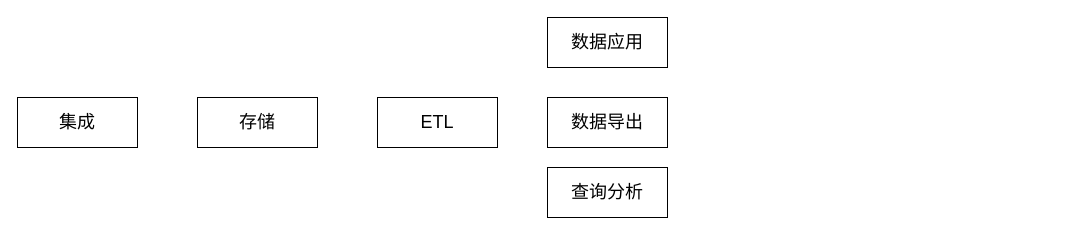
This is Untitled Diagram.drawio from hongweilv-whu/flowCharts, a draw.io file, before an edit. Source tidied: cells renumbered, new cells numbered last; positions are measured from the earlier drawing's top-left corner, leaving out a move shared by most shapes. Both pictures are drawn from the tidied source at 100%, with x=0, y=0 at pixel (17, 17).
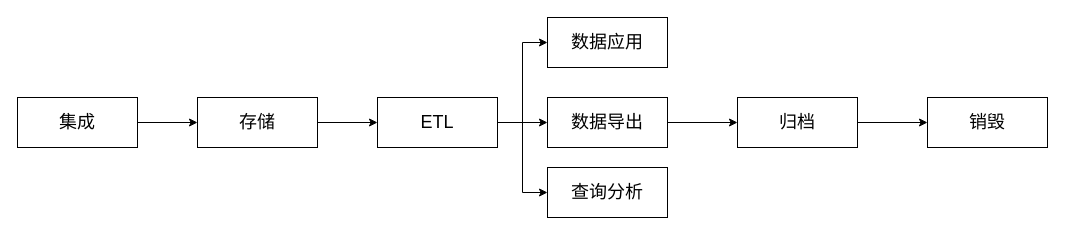
After the change.

What changed in the source:
```diff
@@
 <mxGraphModel>
   <root>
     <mxCell id="0" />
     <mxCell id="1" parent="0" />
+    <mxCell id="8" style="edgeStyle=orthogonalEdgeStyle;rounded=0;jettySize=auto;html=1;exitX=1;exitY=0.5;exitDx=0;exitDy=0;" parent="1" edge="1" source="2" target="3">
+      <mxGeometry relative="1" as="geometry" />
+    </mxCell>
     <mxCell id="2" value="&lt;font style=&quot;font-size: 18px&quot;&gt;集成&lt;/font&gt;" style="rounded=0;whiteSpace=wrap;html=1;" parent="1" vertex="1">
       <mxGeometry y="80" width="120" height="50" as="geometry" />
     </mxCell>
+    <mxCell id="9" style="edgeStyle=orthogonalEdgeStyle;rounded=0;jettySize=auto;html=1;exitX=1;exitY=0.5;exitDx=0;exitDy=0;" parent="1" edge="1" source="3" target="4">
+      <mxGeometry relative="1" as="geometry" />
+    </mxCell>
     <mxCell id="3" value="&lt;font style=&quot;font-size: 18px&quot;&gt;存储&lt;/font&gt;" style="rounded=0;whiteSpace=wrap;html=1;" parent="1" vertex="1">
       <mxGeometry x="180" y="80" width="120" height="50" as="geometry" />
     </mxCell>
+    <mxCell id="10" style="edgeStyle=orthogonalEdgeStyle;rounded=0;jettySize=auto;html=1;" parent="1" edge="1" source="4" target="5">
+      <mxGeometry relative="1" as="geometry" />
+    </mxCell>
+    <mxCell id="11" style="edgeStyle=orthogonalEdgeStyle;rounded=0;jettySize=auto;html=1;exitX=1;exitY=0.5;exitDx=0;exitDy=0;entryX=0;entryY=0.5;entryDx=0;entryDy=0;" parent="1" edge="1" source="4" target="7">
+      <mxGeometry relative="1" as="geometry" />
+    </mxCell>
+    <mxCell id="12" style="edgeStyle=orthogonalEdgeStyle;rounded=0;jettySize=auto;html=1;exitX=1;exitY=0.5;exitDx=0;exitDy=0;entryX=0;entryY=0.5;entryDx=0;entryDy=0;" parent="1" edge="1" source="4" target="6">
+      <mxGeometry relative="1" as="geometry" />
+    </mxCell>
     <mxCell id="4" value="&lt;font style=&quot;font-size: 18px&quot;&gt;ETL&lt;/font&gt;" style="rounded=0;whiteSpace=wrap;html=1;" parent="1" vertex="1">
       <mxGeometry x="360" y="80" width="120" height="50" as="geometry" />
     </mxCell>
+    <mxCell id="13" style="edgeStyle=orthogonalEdgeStyle;rounded=0;jettySize=auto;html=1;" parent="1" edge="1" source="5" target="15">
+      <mxGeometry relative="1" as="geometry" />
+    </mxCell>
     <mxCell id="5" value="&lt;font style=&quot;font-size: 18px&quot;&gt;数据导出&lt;/font&gt;" style="rounded=0;whiteSpace=wrap;html=1;" parent="1" vertex="1">
       <mxGeometry x="530" y="80" width="120" height="50" as="geometry" />
     </mxCell>
     <mxCell id="6" value="&lt;font style=&quot;font-size: 18px&quot;&gt;查询分析&lt;/font&gt;" style="rounded=0;whiteSpace=wrap;html=1;" parent="1" vertex="1">
       <mxGeometry x="530" y="150" width="120" height="50" as="geometry" />
     </mxCell>
     <mxCell id="7" value="&lt;font style=&quot;font-size: 18px&quot;&gt;数据应用&lt;/font&gt;" style="rounded=0;whiteSpace=wrap;html=1;" parent="1" vertex="1">
       <mxGeometry x="530" width="120" height="50" as="geometry" />
     </mxCell>
+    <mxCell id="14" style="edgeStyle=orthogonalEdgeStyle;rounded=0;jettySize=auto;html=1;" parent="1" edge="1" source="15" target="16">
+      <mxGeometry relative="1" as="geometry" />
+    </mxCell>
+    <mxCell id="15" value="&lt;font style=&quot;font-size: 18px&quot;&gt;归档&lt;/font&gt;" style="rounded=0;whiteSpace=wrap;html=1;" parent="1" vertex="1">
+      <mxGeometry x="720" y="80" width="120" height="50" as="geometry" />
+    </mxCell>
+    <mxCell id="16" value="&lt;font style=&quot;font-size: 18px&quot;&gt;销毁&lt;/font&gt;" style="rounded=0;whiteSpace=wrap;html=1;" parent="1" vertex="1">
+      <mxGeometry x="910" y="80" width="120" height="50" as="geometry" />
+    </mxCell>
   </root>
 </mxGraphModel>
```
